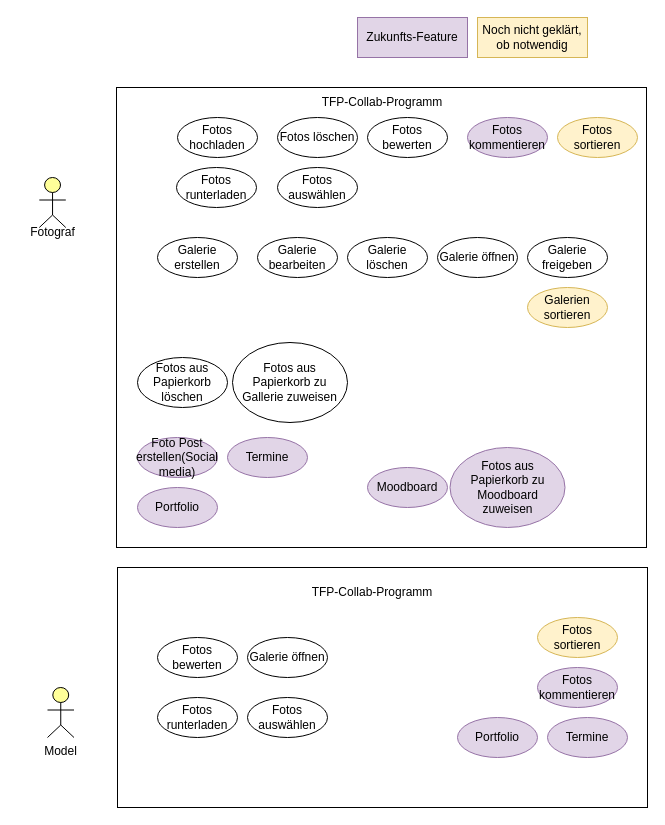
Earlier version of the draw.io diagram UseCases/UseCases.drawio (MGuese/tfp-collaboration-platform). Source tidied: cells renumbered, new cells numbered last; positions are measured from the earlier drawing's top-left corner, leaving out a move shared by most shapes. Both pictures are drawn from the tidied source at 100%, with x=0, y=0 at pixel (17, 17).
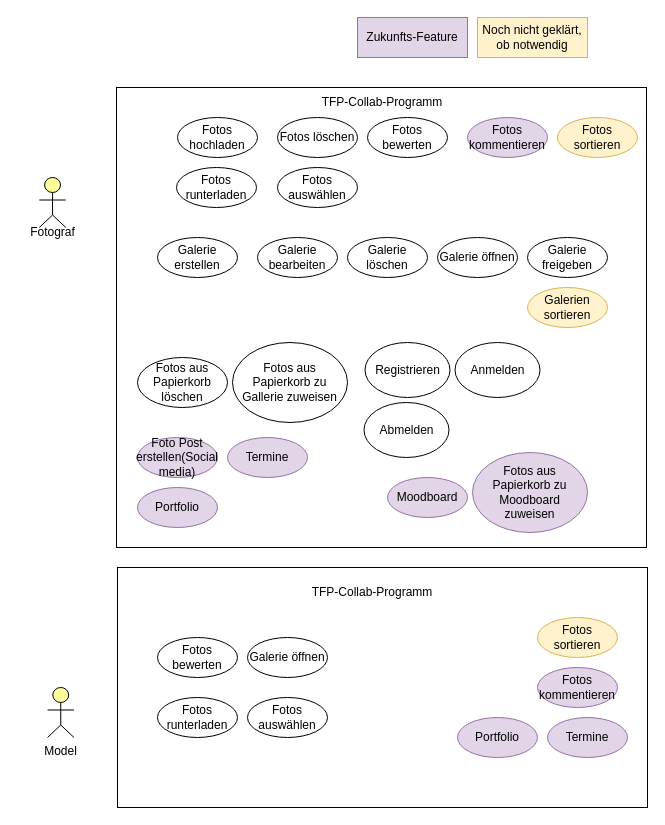
The same diagram, later.

Commit message:
Updating UseCase Login/Registration

Diff of the diagram source:
```diff
@@
     <mxCell id="20" value="Moodboard" style="ellipse;whiteSpace=wrap;html=1;fillColor=#e1d5e7;strokeColor=#9673a6;" parent="1" vertex="1">
-      <mxGeometry x="350" y="450" width="80" height="40" as="geometry" />
+      <mxGeometry x="370" y="460" width="80" height="40" as="geometry" />
     </mxCell>
@@
     <mxCell id="39" value="Fotos aus Papierkorb zu Moodboard zuweisen" style="ellipse;whiteSpace=wrap;html=1;fillColor=#e1d5e7;strokeColor=#9673a6;" parent="1" vertex="1">
-      <mxGeometry x="432.5" y="430" width="115" height="80" as="geometry" />
+      <mxGeometry x="455" y="435" width="115" height="80" as="geometry" />
     </mxCell>
+    <mxCell id="40" value="Registrieren" style="ellipse;whiteSpace=wrap;html=1;" parent="1" vertex="1">
+      <mxGeometry x="347.5" y="325" width="85" height="55" as="geometry" />
+    </mxCell>
+    <mxCell id="41" value="Anmelden" style="ellipse;whiteSpace=wrap;html=1;" parent="1" vertex="1">
+      <mxGeometry x="437.5" y="325" width="85" height="55" as="geometry" />
+    </mxCell>
+    <mxCell id="42" value="Abmelden" style="ellipse;whiteSpace=wrap;html=1;" parent="1" vertex="1">
+      <mxGeometry x="346.5" y="385" width="85" height="55" as="geometry" />
+    </mxCell>
```
